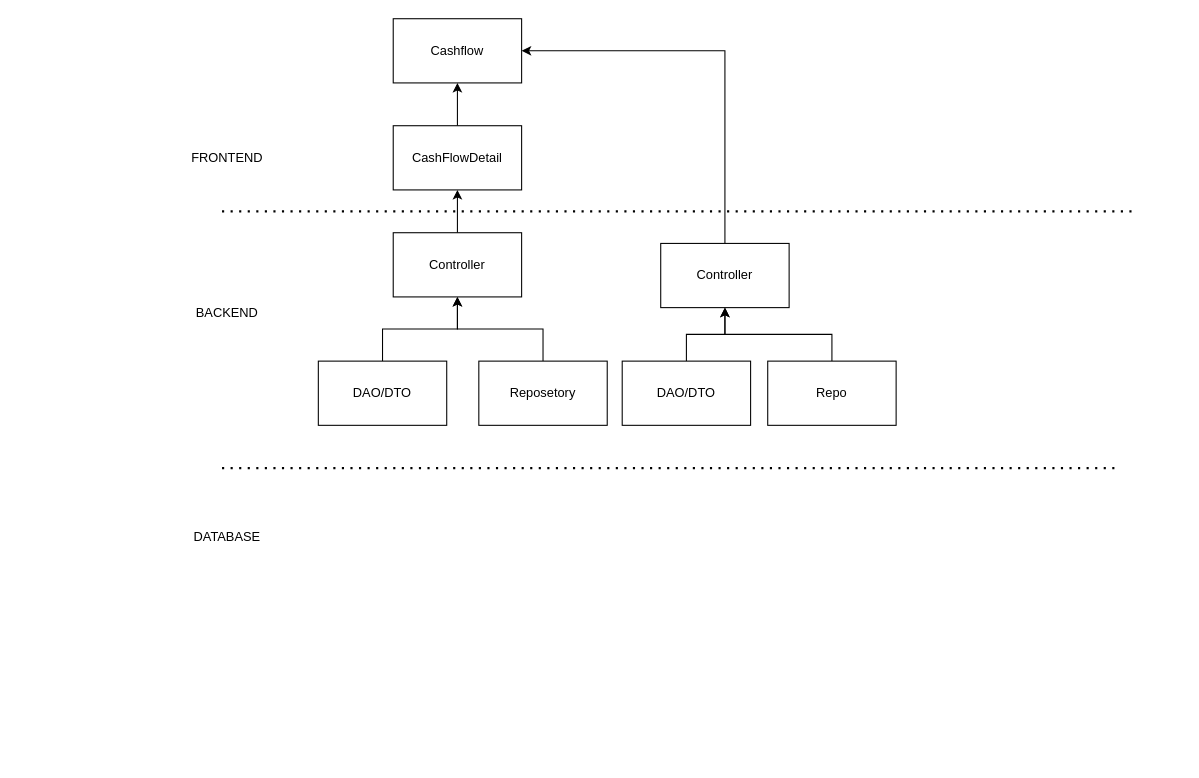
This is Backend.drawio from MBundel/budgetPlanner, a draw.io file, before an edit. Source tidied: cells renumbered, new cells numbered last; positions are measured from the earlier drawing's top-left corner, leaving out a move shared by most shapes. Both pictures are drawn from the tidied source at 107%, with x=0, y=0 at pixel (179, 18).
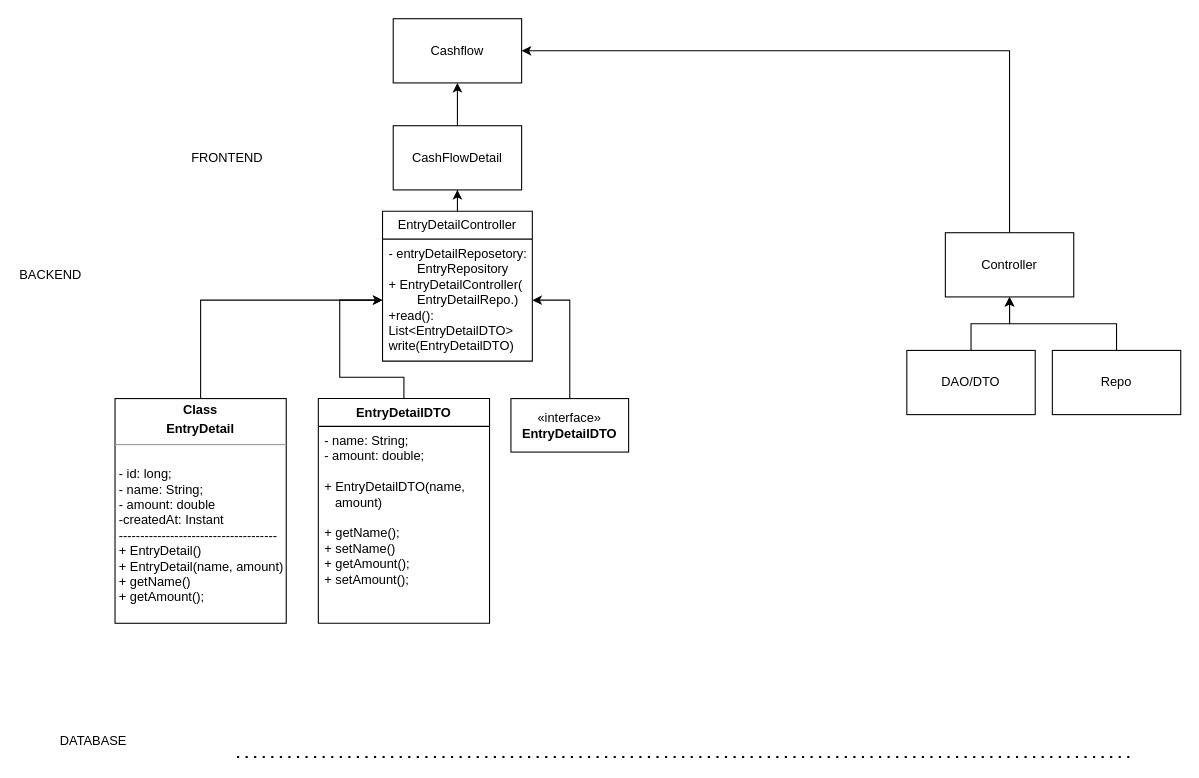
The same diagram, later.

The change refers to these unchanged cells:
```xml
<mxCell id="3" value="CashFlowDetail" style="rounded=0;whiteSpace=wrap;html=1;" parent="1" vertex="1">
  <mxGeometry x="200" y="100" width="120" height="60" as="geometry" />
</mxCell>
```

Diff of the diagram source:
```diff
@@
-    <mxCell id="5" style="edgeStyle=orthogonalEdgeStyle;rounded=0;jettySize=auto;html=1;" parent="1" edge="1" source="6" target="3">
-      <mxGeometry relative="1" as="geometry" />
-    </mxCell>
-    <mxCell id="6" value="Controller" style="rounded=0;whiteSpace=wrap;html=1;" parent="1" vertex="1">
-      <mxGeometry x="200" y="200" width="120" height="60" as="geometry" />
-    </mxCell>
-    <mxCell id="7" style="edgeStyle=orthogonalEdgeStyle;rounded=0;jettySize=auto;html=1;" parent="1" edge="1" source="8" target="6">
-      <mxGeometry relative="1" as="geometry" />
-    </mxCell>
-    <mxCell id="8" value="DAO/DTO" style="rounded=0;whiteSpace=wrap;html=1;" parent="1" vertex="1">
-      <mxGeometry x="130" y="320" width="120" height="60" as="geometry" />
-    </mxCell>
-    <mxCell id="9" style="edgeStyle=orthogonalEdgeStyle;rounded=0;jettySize=auto;html=1;entryX=0.5;entryY=1;entryDx=0;entryDy=0;" parent="1" edge="1" source="10" target="6">
-      <mxGeometry relative="1" as="geometry">
-        <Array as="points">
-          <mxPoint x="340" y="290" />
-          <mxPoint x="260" y="290" />
-        </Array>
-      </mxGeometry>
-    </mxCell>
-    <mxCell id="10" value="Reposetory" style="rounded=0;whiteSpace=wrap;html=1;" parent="1" vertex="1">
-      <mxGeometry x="280" y="320" width="120" height="60" as="geometry" />
-    </mxCell>
     <mxCell id="11" value="BACKEND" style="text;html=1;strokeColor=none;fillColor=none;align=center;verticalAlign=middle;whiteSpace=wrap;rounded=0;" parent="1" vertex="1">
-      <mxGeometry x="15" y="260" width="60" height="30" as="geometry" />
+      <mxGeometry x="-150" y="225" width="60" height="30" as="geometry" />
     </mxCell>
@@
     <mxCell id="13" value="DATABASE" style="text;html=1;strokeColor=none;fillColor=none;align=center;verticalAlign=middle;whiteSpace=wrap;rounded=0;" parent="1" vertex="1">
-      <mxGeometry x="15" y="470" width="60" height="30" as="geometry" />
+      <mxGeometry x="-110" y="660" width="60" height="30" as="geometry" />
     </mxCell>
@@
     <mxCell id="15" value="Controller" style="rounded=0;whiteSpace=wrap;html=1;" parent="1" vertex="1">
-      <mxGeometry x="450" y="210" width="120" height="60" as="geometry" />
+      <mxGeometry x="716" y="200" width="120" height="60" as="geometry" />
     </mxCell>
@@
     <mxCell id="17" value="DAO/DTO" style="rounded=0;whiteSpace=wrap;html=1;" parent="1" vertex="1">
-      <mxGeometry x="414" y="320" width="120" height="60" as="geometry" />
+      <mxGeometry x="680" y="310" width="120" height="60" as="geometry" />
     </mxCell>
@@
     <mxCell id="19" value="Repo" style="rounded=0;whiteSpace=wrap;html=1;" parent="1" vertex="1">
-      <mxGeometry x="550" y="320" width="120" height="60" as="geometry" />
+      <mxGeometry x="816" y="310" width="120" height="60" as="geometry" />
     </mxCell>
-    <mxCell id="20" style="endArrow=none;dashed=1;html=1;dashPattern=1 3;strokeWidth=2;rounded=0;" parent="1" edge="1">
-      <mxGeometry relative="1" as="geometry">
-        <mxPoint x="890" y="180" as="sourcePoint" />
-        <mxPoint x="40" y="180" as="targetPoint" />
-      </mxGeometry>
-    </mxCell>
     <mxCell id="21" style="endArrow=none;dashed=1;html=1;dashPattern=1 3;strokeWidth=2;rounded=0;" parent="1" edge="1">
       <mxGeometry relative="1" as="geometry">
-        <mxPoint x="40" y="420" as="sourcePoint" />
-        <mxPoint x="880" y="420" as="targetPoint" />
+        <mxPoint x="54" y="690" as="sourcePoint" />
+        <mxPoint x="894" y="690" as="targetPoint" />
       </mxGeometry>
     </mxCell>
+    <mxCell id="22" style="edgeStyle=orthogonalEdgeStyle;rounded=0;jettySize=auto;html=1;entryX=0;entryY=0.5;entryDx=0;entryDy=0;" parent="1" edge="1" source="23" target="31">
+      <mxGeometry relative="1" as="geometry" />
+    </mxCell>
+    <mxCell id="23" value="&lt;p style=&quot;margin:0px;margin-top:4px;text-align:center;&quot;&gt;&lt;b&gt;Class&lt;/b&gt;&lt;/p&gt;&lt;p style=&quot;margin:0px;margin-top:4px;text-align:center;&quot;&gt;&lt;b&gt;EntryDetail&lt;/b&gt;&lt;/p&gt;&lt;hr size=&quot;1&quot;&gt;&lt;p style=&quot;margin:0px;margin-left:4px;&quot;&gt;&lt;br&gt;&lt;/p&gt;&lt;p style=&quot;margin:0px;margin-left:4px;&quot;&gt;- id: long;&lt;/p&gt;&lt;p style=&quot;margin:0px;margin-left:4px;&quot;&gt;- name: String;&lt;/p&gt;&lt;p style=&quot;margin:0px;margin-left:4px;&quot;&gt;&lt;/p&gt;&lt;p style=&quot;margin:0px;margin-left:4px;&quot;&gt;- amount: double&lt;/p&gt;&lt;p style=&quot;margin:0px;margin-left:4px;&quot;&gt;-createdAt: Instant&lt;/p&gt;&lt;p style=&quot;margin:0px;margin-left:4px;&quot;&gt;-------------------------------------&lt;/p&gt;&lt;p style=&quot;margin:0px;margin-left:4px;&quot;&gt;+ EntryDetail()&lt;/p&gt;&lt;p style=&quot;margin:0px;margin-left:4px;&quot;&gt;+ EntryDetail(name, amount)&lt;/p&gt;&lt;p style=&quot;margin:0px;margin-left:4px;&quot;&gt;+ getName()&lt;/p&gt;&lt;p style=&quot;margin:0px;margin-left:4px;&quot;&gt;+ getAmount();&lt;/p&gt;&lt;p style=&quot;margin:0px;margin-left:4px;&quot;&gt;&lt;br&gt;&lt;/p&gt;" style="verticalAlign=top;align=left;overflow=fill;fontSize=12;fontFamily=Helvetica;html=1;whiteSpace=wrap;" parent="1" vertex="1">
+      <mxGeometry x="-60" y="355" width="160" height="210" as="geometry" />
+    </mxCell>
+    <mxCell id="24" style="edgeStyle=orthogonalEdgeStyle;rounded=0;jettySize=auto;html=1;" parent="1" edge="1" source="25" target="31">
+      <mxGeometry relative="1" as="geometry">
+        <Array as="points">
+          <mxPoint x="210" y="335" />
+          <mxPoint x="150" y="335" />
+          <mxPoint x="150" y="263" />
+        </Array>
+      </mxGeometry>
+    </mxCell>
+    <mxCell id="25" value="EntryDetailDTO" style="swimlane;fontStyle=1;align=center;verticalAlign=top;horizontal=1;startSize=26;whiteSpace=wrap;html=1;" parent="1" vertex="1">
+      <mxGeometry x="130" y="355" width="160" height="210" as="geometry" />
+    </mxCell>
+    <mxCell id="26" value="- name: String;&lt;br&gt;- amount: double;&lt;br&gt;&lt;br&gt;+ EntryDetailDTO(name,&amp;nbsp; &amp;nbsp; &amp;nbsp; &amp;nbsp; &amp;nbsp;amount)&lt;br&gt;&lt;br&gt;+ getName();&lt;br&gt;+ setName()&lt;br&gt;+ getAmount();&lt;br&gt;+ setAmount();&lt;br&gt;" style="text;strokeColor=none;fillColor=none;align=left;verticalAlign=top;spacingLeft=4;spacingRight=4;overflow=hidden;whiteSpace=wrap;html=1;" parent="25" vertex="1">
+      <mxGeometry y="26" width="160" height="184" as="geometry" />
+    </mxCell>
+    <mxCell id="27" style="edgeStyle=orthogonalEdgeStyle;rounded=0;jettySize=auto;html=1;entryX=1;entryY=0.5;entryDx=0;entryDy=0;" parent="1" edge="1" source="28" target="31">
+      <mxGeometry relative="1" as="geometry" />
+    </mxCell>
+    <mxCell id="28" value="«interface»&lt;br&gt;&lt;b&gt;EntryDetailDTO&lt;br&gt;&lt;/b&gt;" style="html=1;whiteSpace=wrap;" parent="1" vertex="1">
+      <mxGeometry x="310" y="355" width="110" height="50" as="geometry" />
+    </mxCell>
+    <mxCell id="29" style="edgeStyle=orthogonalEdgeStyle;rounded=0;jettySize=auto;html=1;exitX=0.5;exitY=0;exitDx=0;exitDy=0;" parent="1" edge="1" source="30" target="3">
+      <mxGeometry relative="1" as="geometry" />
+    </mxCell>
+    <mxCell id="30" value="EntryDetailController" style="swimlane;fontStyle=0;horizontal=1;startSize=26;fillColor=none;whiteSpace=wrap;html=1;" parent="1" vertex="1">
+      <mxGeometry x="190" y="180" width="140" height="140" as="geometry" />
+    </mxCell>
+    <mxCell id="31" value="- entryDetailReposetory:&lt;br&gt;&lt;span style=&quot;white-space: pre;&quot;&gt;&#9;&lt;/span&gt;EntryRepository&lt;br&gt;+ EntryDetailController(&lt;br&gt;&lt;span style=&quot;white-space: pre;&quot;&gt;&#9;&lt;/span&gt;EntryDetailRepo.)&lt;br&gt;+read(): List&amp;lt;EntryDetailDTO&amp;gt;&lt;br&gt;write(EntryDetailDTO)" style="text;strokeColor=none;fillColor=none;align=left;verticalAlign=top;spacingLeft=4;spacingRight=4;overflow=hidden;points=[[0,0.5],[1,0.5]];portConstraint=eastwest;whiteSpace=wrap;html=1;" parent="30" vertex="1">
+      <mxGeometry y="26" width="140" height="114" as="geometry" />
+    </mxCell>
```
